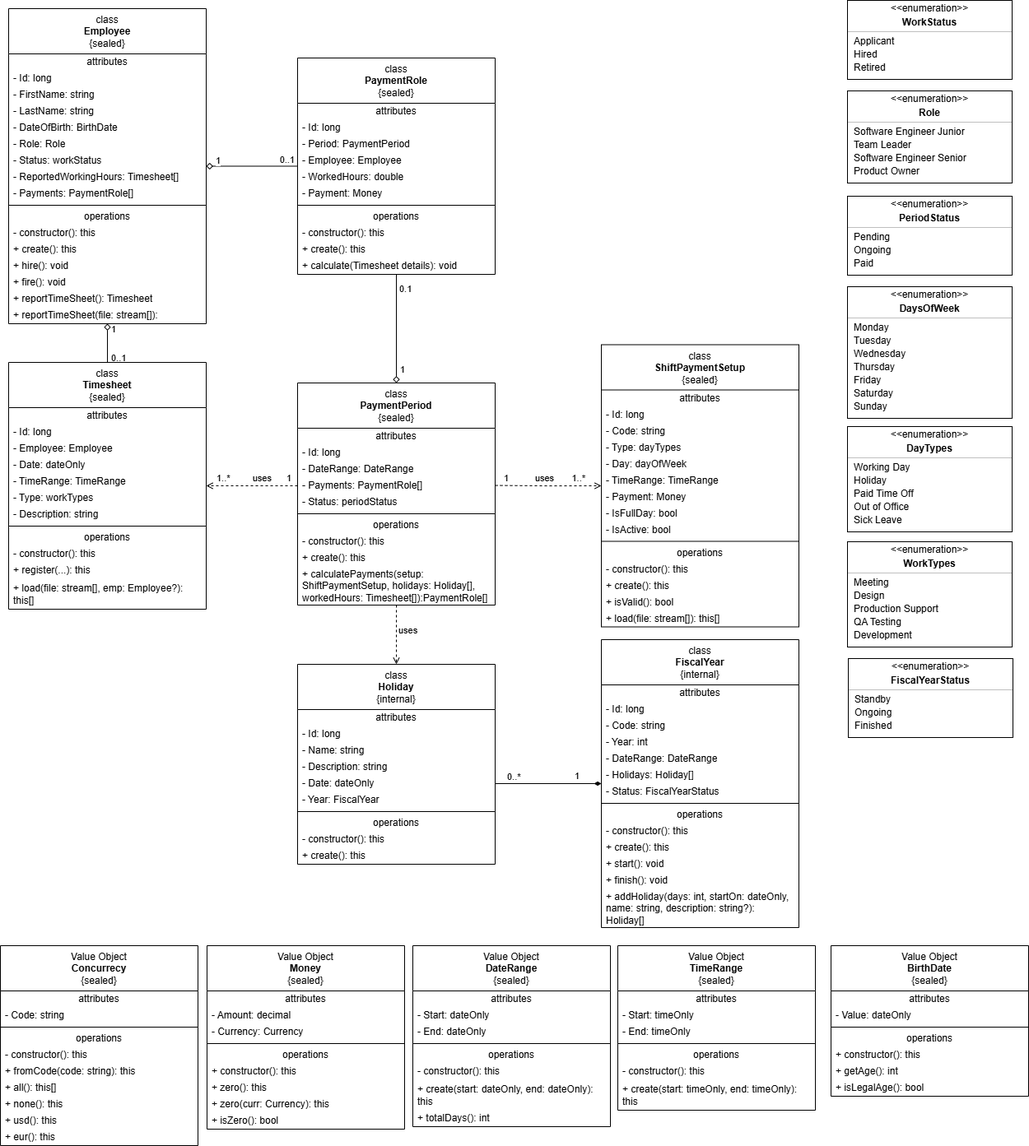
rsmacias/PaymentCalculator keeps this draw.io diagram as docs/images/domain-model.png. Above is the earlier version. Source tidied: cells renumbered, new cells last; positions are measured from the earlier drawing's top-left corner, leaving out a move shared by most shapes.
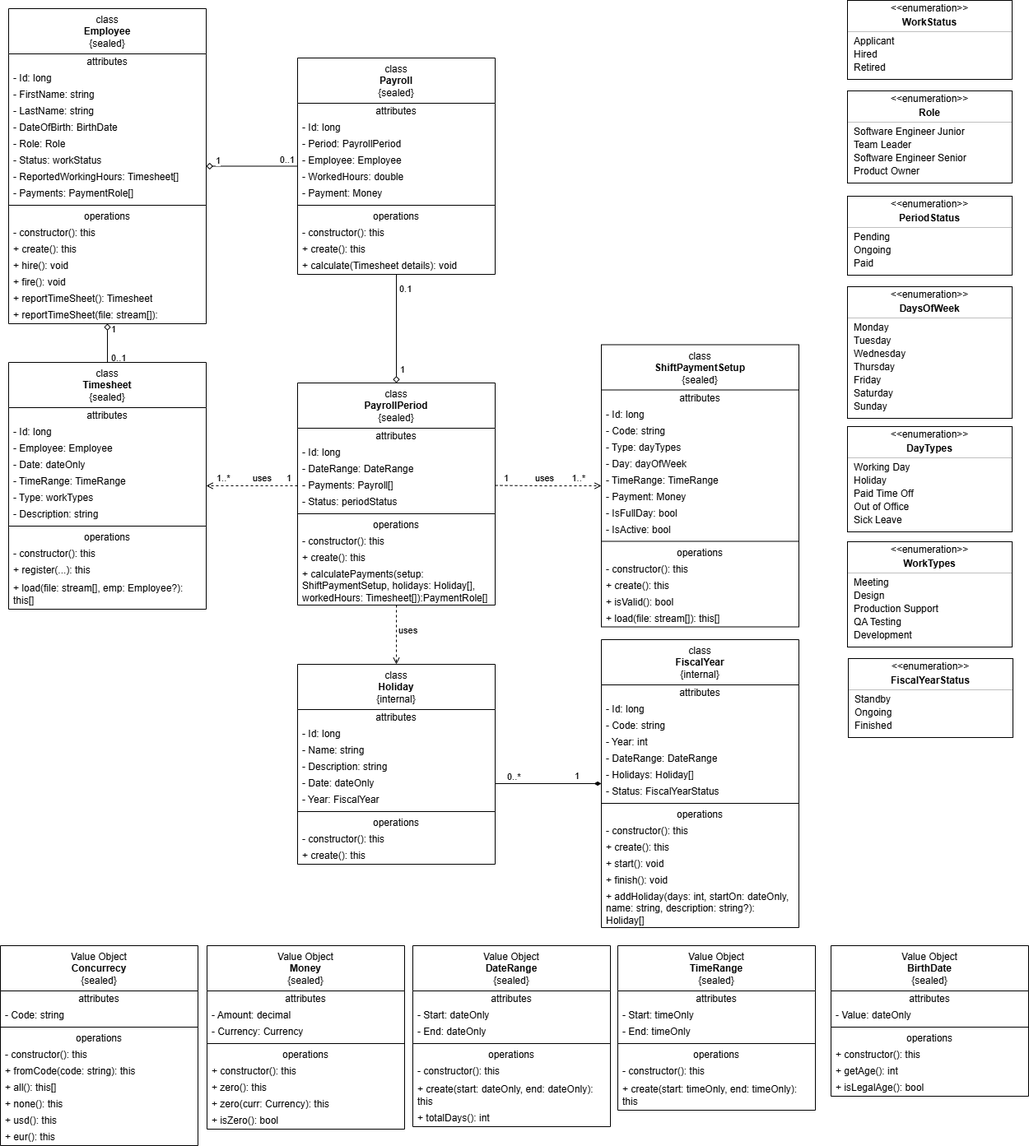
After the commit.

Commit message:
refactor(domain): changed the keywords 'PaymentRole', and 'Payment' by a better accurately keyword 'Payroll'.

Diff of the diagram source:
```diff
@@ -104,7 +104,7 @@
     <mxCell id="35" value="+ load(file: stream[], emp: Employee?): this[]" style="text;html=1;strokeColor=none;fillColor=none;align=left;verticalAlign=middle;spacingLeft=4;spacingRight=4;overflow=hidden;whiteSpace=wrap;" parent="23" vertex="1">
       <mxGeometry y="263" width="240" height="37" as="geometry" />
     </mxCell>
-    <mxCell id="36" value="class&lt;br&gt;&lt;b&gt;PaymentRole&lt;/b&gt;&lt;br&gt;{sealed}" style="swimlane;fontStyle=0;align=center;verticalAlign=top;horizontal=1;startSize=55;html=1;whiteSpace=wrap;" parent="1" vertex="1">
+    <mxCell id="36" value="class&lt;br&gt;&lt;b&gt;Payroll&lt;/b&gt;&lt;br&gt;{sealed}" style="swimlane;fontStyle=0;align=center;verticalAlign=top;horizontal=1;startSize=55;html=1;whiteSpace=wrap;" parent="1" vertex="1">
       <mxGeometry x="361" y="70" width="240" height="263" as="geometry" />
     </mxCell>
     <mxCell id="37" value="attributes" style="text;html=1;strokeColor=none;fillColor=none;align=center;verticalAlign=middle;spacingLeft=4;spacingRight=4;overflow=hidden;whiteSpace=wrap;" parent="36" vertex="1">
@@ -113,7 +113,7 @@
     <mxCell id="38" value="- Id: long" style="text;html=1;strokeColor=none;fillColor=none;align=left;verticalAlign=middle;spacingLeft=4;spacingRight=4;overflow=hidden;whiteSpace=wrap;" parent="36" vertex="1">
       <mxGeometry y="75" width="240" height="20" as="geometry" />
     </mxCell>
-    <mxCell id="39" value="- Period: PaymentPeriod" style="text;html=1;strokeColor=none;fillColor=none;align=left;verticalAlign=middle;spacingLeft=4;spacingRight=4;overflow=hidden;whiteSpace=wrap;" parent="36" vertex="1">
+    <mxCell id="39" value="- Period: PayrollPeriod" style="text;html=1;strokeColor=none;fillColor=none;align=left;verticalAlign=middle;spacingLeft=4;spacingRight=4;overflow=hidden;whiteSpace=wrap;" parent="36" vertex="1">
       <mxGeometry y="95" width="240" height="20" as="geometry" />
     </mxCell>
     <mxCell id="40" value="- Employee: Employee" style="text;html=1;strokeColor=none;fillColor=none;align=left;verticalAlign=middle;spacingLeft=4;spacingRight=4;overflow=hidden;whiteSpace=wrap;" parent="36" vertex="1">
@@ -317,7 +317,7 @@
     <mxCell id="106" value="uses" style="edgeLabel;html=1;align=left;verticalAlign=middle;labelPosition=right;verticalLabelPosition=middle;" parent="105" vertex="1">
       <mxGeometry x="-0.16" y="1" relative="1" as="geometry" />
     </mxCell>
-    <mxCell id="107" value="class&lt;br&gt;&lt;b&gt;PaymentPeriod&lt;/b&gt;&lt;br&gt;{sealed}" style="swimlane;fontStyle=0;align=center;verticalAlign=top;horizontal=1;startSize=55;html=1;whiteSpace=wrap;" parent="1" vertex="1">
+    <mxCell id="107" value="class&lt;br&gt;&lt;b&gt;PayrollPeriod&lt;/b&gt;&lt;br&gt;{sealed}" style="swimlane;fontStyle=0;align=center;verticalAlign=top;horizontal=1;startSize=55;html=1;whiteSpace=wrap;" parent="1" vertex="1">
       <mxGeometry x="361" y="465" width="240" height="270" as="geometry" />
     </mxCell>
     <mxCell id="108" value="attributes" style="text;html=1;strokeColor=none;fillColor=none;align=center;verticalAlign=middle;spacingLeft=4;spacingRight=4;overflow=hidden;whiteSpace=wrap;" parent="107" vertex="1">
@@ -329,7 +329,7 @@
     <mxCell id="110" value="- DateRange: DateRange" style="text;html=1;strokeColor=none;fillColor=none;align=left;verticalAlign=middle;spacingLeft=4;spacingRight=4;overflow=hidden;whiteSpace=wrap;" parent="107" vertex="1">
       <mxGeometry y="95" width="240" height="20" as="geometry" />
     </mxCell>
-    <mxCell id="111" value="- Payments: PaymentRole[]" style="text;html=1;strokeColor=none;fillColor=none;align=left;verticalAlign=middle;spacingLeft=4;spacingRight=4;overflow=hidden;points=[[0,0.5],[1,0.5]];portConstraint=eastwest;whiteSpace=wrap;" parent="107" vertex="1">
+    <mxCell id="111" value="- Payments: Payroll[]" style="text;html=1;strokeColor=none;fillColor=none;align=left;verticalAlign=middle;spacingLeft=4;spacingRight=4;overflow=hidden;points=[[0,0.5],[1,0.5]];portConstraint=eastwest;whiteSpace=wrap;" parent="107" vertex="1">
       <mxGeometry y="115" width="240" height="20" as="geometry" />
     </mxCell>
     <mxCell id="112" value="- Status: periodStatus" style="text;html=1;strokeColor=none;fillColor=none;align=left;verticalAlign=middle;spacingLeft=4;spacingRight=4;overflow=hidden;whiteSpace=wrap;" parent="107" vertex="1">
```
